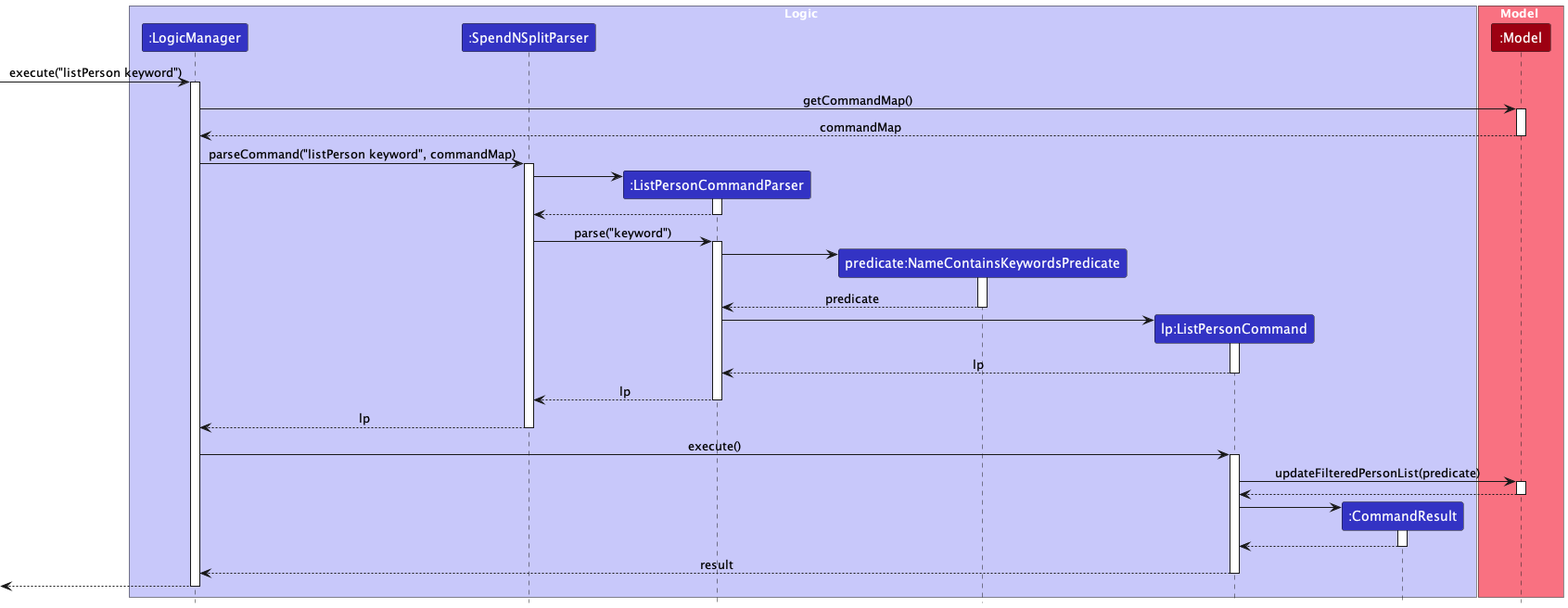
wui-hong/tp keeps this PlantUML diagram as docs/images/ListPersonSequenceDiagram.png. Above is the earlier version.
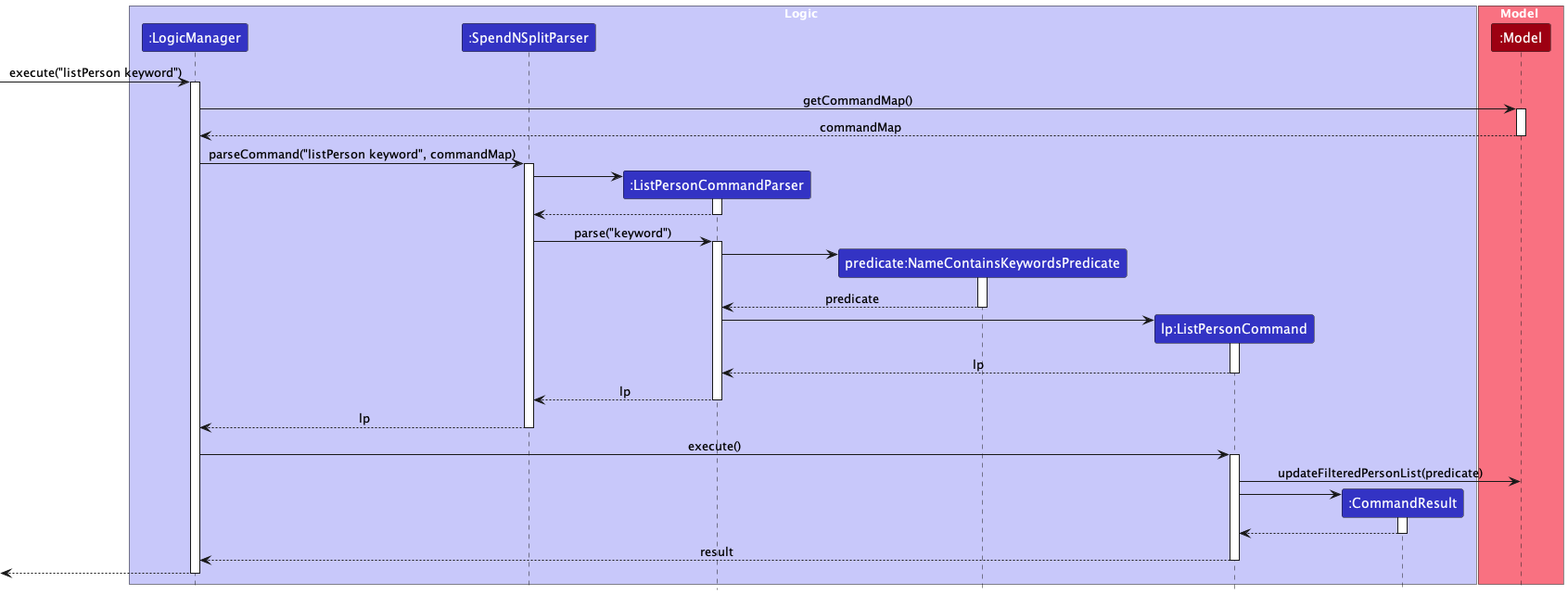
Later version of the same file.

What changed in the source:
```diff
@@ -60,10 +60,7 @@
 activate ListPersonCommand
 
 ListPersonCommand -> Model : updateFilteredPersonList(predicate)
-activate Model
 
-Model --> ListPersonCommand
-deactivate Model
 
 create CommandResult
 ListPersonCommand -> CommandResult
```
